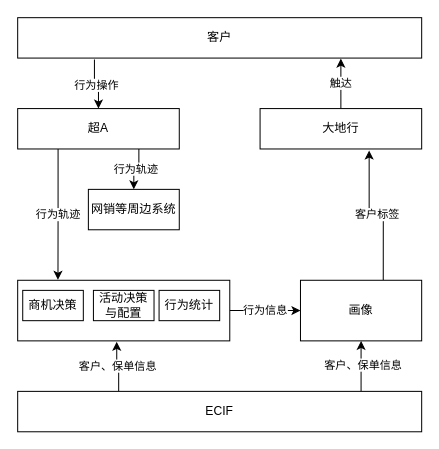
The draw.io diagram 互动.drawio in loc1129/uml, before the edit. Source tidied: cells renumbered, new cells numbered last; positions are measured from the earlier drawing's top-left corner, leaving out a move shared by most shapes. Both pictures are drawn from the tidied source at 101%, with x=0, y=0 at pixel (17, 17).
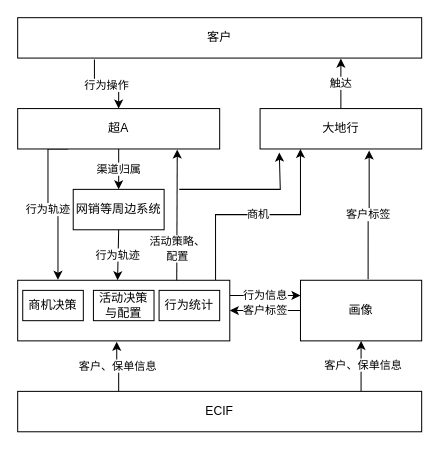
Above is the later version.

The change refers to these unchanged cells:
```xml
<mxCell id="6" value="大地行" style="rounded=0;whiteSpace=wrap;html=1;" parent="1" vertex="1">
  <mxGeometry x="240" y="90" width="160" height="40" as="geometry" />
</mxCell>
<mxCell id="11" style="rounded=0;whiteSpace=wrap;html=1;" parent="1" vertex="1">
  <mxGeometry y="260" width="210" height="60" as="geometry" />
</mxCell>
<mxCell id="16" value="画像" style="rounded=0;whiteSpace=wrap;html=1;" parent="1" vertex="1">
  <mxGeometry x="280" y="260" width="120" height="60" as="geometry" />
</mxCell>
```

Change to the diagram source:
```diff
@@
     <mxCell id="2" value="行为轨迹" style="edgeStyle=orthogonalEdgeStyle;rounded=0;jettySize=auto;html=1;exitX=0.25;exitY=1;exitDx=0;exitDy=0;entryX=0.19;entryY=-0.008;entryDx=0;entryDy=0;entryPerimeter=0;" parent="1" edge="1" source="4" target="11">
-      <mxGeometry relative="1" as="geometry" />
+      <mxGeometry relative="1" as="geometry">
+        <Array as="points">
+          <mxPoint x="30" y="130" />
+          <mxPoint x="30" y="195" />
+          <mxPoint x="40" y="195" />
+        </Array>
+      </mxGeometry>
     </mxCell>
-    <mxCell id="3" value="行为轨迹" style="edgeStyle=orthogonalEdgeStyle;rounded=0;jettySize=auto;html=1;exitX=0.75;exitY=1;exitDx=0;exitDy=0;" parent="1" edge="1" source="4" target="22">
+    <mxCell id="3" value="渠道归属" style="edgeStyle=orthogonalEdgeStyle;rounded=0;jettySize=auto;html=1;exitX=0.5;exitY=1;exitDx=0;exitDy=0;" parent="1" edge="1" source="4" target="22">
       <mxGeometry relative="1" as="geometry" />
     </mxCell>
     <mxCell id="4" value="超A" style="rounded=0;whiteSpace=wrap;html=1;" parent="1" vertex="1">
-      <mxGeometry y="90" width="160" height="40" as="geometry" />
+      <mxGeometry y="90" width="200" height="40" as="geometry" />
     </mxCell>
@@
-    <mxCell id="10" value="行为信息" style="edgeStyle=orthogonalEdgeStyle;rounded=0;jettySize=auto;html=1;exitX=1;exitY=0.5;exitDx=0;exitDy=0;entryX=0;entryY=0.5;entryDx=0;entryDy=0;" parent="1" edge="1" source="11" target="16">
+    <mxCell id="10" value="行为信息" style="edgeStyle=orthogonalEdgeStyle;rounded=0;jettySize=auto;html=1;exitX=1;exitY=0.25;exitDx=0;exitDy=0;entryX=0;entryY=0.25;entryDx=0;entryDy=0;" parent="1" edge="1" source="11" target="16">
       <mxGeometry relative="1" as="geometry" />
     </mxCell>
+    <mxCell id="23" value="商机" style="edgeStyle=orthogonalEdgeStyle;rounded=0;jettySize=auto;html=1;exitX=0.933;exitY=0;exitDx=0;exitDy=0;entryX=0.25;entryY=1;entryDx=0;entryDy=0;exitPerimeter=0;" parent="1" edge="1" source="11" target="6">
+      <mxGeometry relative="1" as="geometry" />
+    </mxCell>
@@
-    <mxCell id="15" value="客户标签" style="edgeStyle=orthogonalEdgeStyle;rounded=0;jettySize=auto;html=1;exitX=0.683;exitY=-0.005;exitDx=0;exitDy=0;entryX=0.675;entryY=1.038;entryDx=0;entryDy=0;entryPerimeter=0;exitPerimeter=0;" parent="1" edge="1" source="16" target="6">
+    <mxCell id="15" value="客户标签" style="edgeStyle=orthogonalEdgeStyle;rounded=0;jettySize=auto;html=1;exitX=0.558;exitY=-0.017;exitDx=0;exitDy=0;entryX=0.675;entryY=1.038;entryDx=0;entryDy=0;entryPerimeter=0;exitPerimeter=0;" parent="1" edge="1" source="16" target="6">
       <mxGeometry relative="1" as="geometry" />
     </mxCell>
@@
     <mxCell id="22" value="网销等周边系统" style="rounded=0;whiteSpace=wrap;html=1;" parent="1" vertex="1">
-      <mxGeometry x="70" y="170" width="90" height="40" as="geometry" />
+      <mxGeometry x="55" y="170" width="90" height="40" as="geometry" />
     </mxCell>
+    <mxCell id="24" value="行为轨迹" style="endArrow=classic;html=1;rounded=0;exitX=0.5;exitY=1;exitDx=0;exitDy=0;entryX=0.471;entryY=0;entryDx=0;entryDy=0;entryPerimeter=0;" parent="1" edge="1" source="22" target="11">
+      <mxGeometry relative="1" as="geometry" />
+    </mxCell>
+    <mxCell id="25" value="客户标签" style="endArrow=classic;html=1;rounded=0;exitX=0;exitY=0.5;exitDx=0;exitDy=0;entryX=1;entryY=0.5;entryDx=0;entryDy=0;" parent="1" edge="1" source="16" target="11">
+      <mxGeometry relative="1" as="geometry" />
+    </mxCell>
+    <mxCell id="26" style="endArrow=classic;html=1;rounded=0;exitX=0.75;exitY=0;exitDx=0;exitDy=0;entryX=0.79;entryY=1.013;entryDx=0;entryDy=0;entryPerimeter=0;" parent="1" edge="1" source="11" target="4">
+      <mxGeometry relative="1" as="geometry" />
+    </mxCell>
+    <mxCell id="27" value="活动策略、&lt;br&gt;配置" style="edgeLabel;html=1;align=center;verticalAlign=middle;" parent="26" vertex="1">
+      <mxGeometry x="-0.51" relative="1" as="geometry" />
+    </mxCell>
+    <mxCell id="28" style="endArrow=classic;html=1;rounded=0;entryX=0.119;entryY=1.088;entryDx=0;entryDy=0;entryPerimeter=0;" parent="1" edge="1" target="6">
+      <mxGeometry relative="1" as="geometry">
+        <mxPoint x="160" y="170" as="sourcePoint" />
+        <Array as="points">
+          <mxPoint x="260" y="170" />
+        </Array>
+      </mxGeometry>
+    </mxCell>
```
